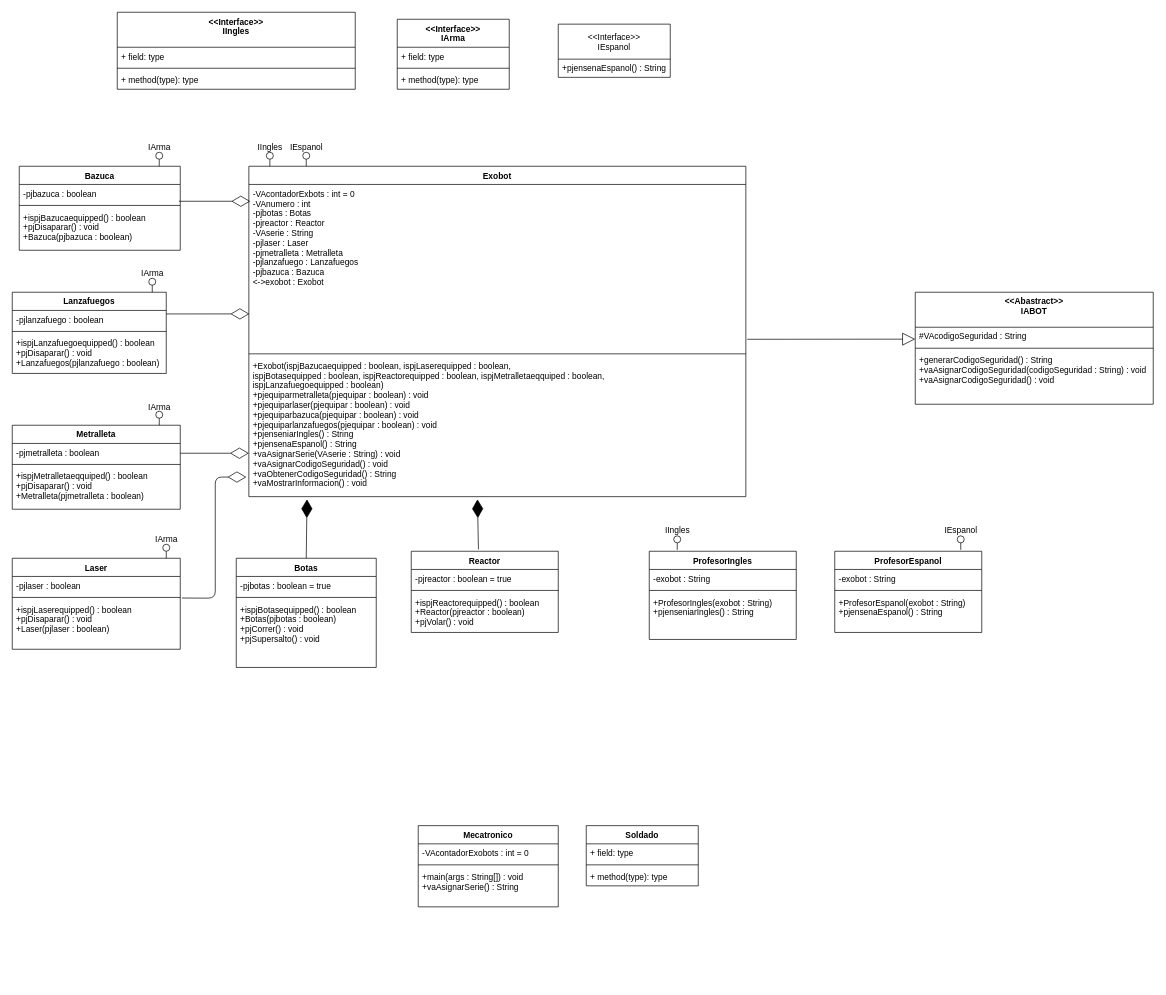
Earlier version of the draw.io diagram Utilities/ClassDiagram.drawio (Vladimirjon/CyberbotG4). Source tidied: cells renumbered, new cells numbered last; positions are measured from the earlier drawing's top-left corner, leaving out a move shared by most shapes. Both pictures are drawn from the tidied source at 70%, with x=0, y=0 at pixel (12, 12).
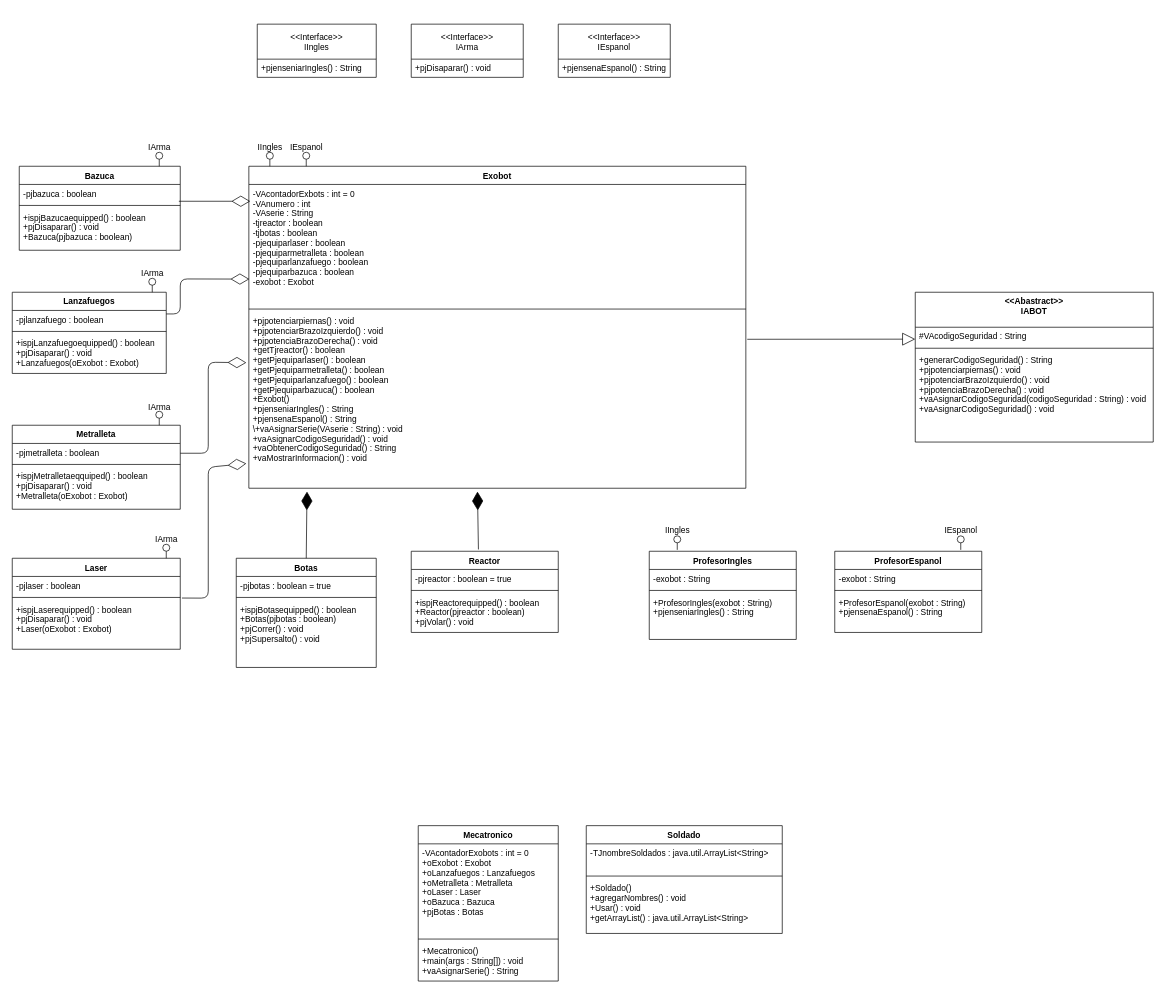
After the change.

Unchanged cells that the change refers to:
```xml
<mxCell id="10" value="Lanzafuegos" style="swimlane;fontStyle=1;align=center;verticalAlign=top;horizontal=1;startSize=26;" parent="1" vertex="1">
  <mxGeometry y="400" width="220" height="116" as="geometry" />
</mxCell>
<mxCell id="14" value="Metralleta" style="swimlane;fontStyle=1;align=center;verticalAlign=top;horizontal=1;startSize=26;" parent="1" vertex="1">
  <mxGeometry y="590" width="240" height="120" as="geometry" />
</mxCell>
<mxCell id="18" value="Laser" style="swimlane;fontStyle=1;align=center;verticalAlign=top;horizontal=1;startSize=26;" parent="1" vertex="1">
  <mxGeometry y="780" width="240" height="130" as="geometry" />
</mxCell>
```

What changed in the source:
```diff
@@
     <mxCell id="2" value="Exobot" style="swimlane;fontStyle=1;align=center;verticalAlign=top;horizontal=1;startSize=26;" parent="1" vertex="1">
-      <mxGeometry x="338" y="220" width="710" height="472" as="geometry" />
+      <mxGeometry x="338" y="220" width="710" height="460" as="geometry" />
     </mxCell>
-    <mxCell id="3" value="-VAcontadorExbots : int = 0&#10;-VAnumero : int&#10;-pjbotas : Botas&#10;-pjreactor : Reactor&#10;-VAserie : String&#10;-pjlaser : Laser&#10;-pjmetralleta : Metralleta&#10;-pjlanzafuego : Lanzafuegos&#10;-pjbazuca : Bazuca&#10;&lt;-&gt;exobot : Exobot&#10;&#10;" style="text;strokeColor=none;fillColor=none;align=left;verticalAlign=top;spacingLeft=4;spacingRight=4;overflow=hidden;points=[[0,0.5],[1,0.5]];portConstraint=eastwest;" parent="2" vertex="1">
-      <mxGeometry y="26" width="710" height="238" as="geometry" />
+    <mxCell id="3" value="-VAcontadorExbots : int = 0&#10;-VAnumero : int&#10;-VAserie : String&#10;-tjreactor : boolean&#10;-tjbotas : boolean&#10;-pjequiparlaser : boolean&#10;-pjequiparmetralleta : boolean&#10;-pjequiparlanzafuego : boolean&#10;-pjequiparbazuca : boolean&#10;-exobot : Exobot&#10;&#10;" style="text;strokeColor=none;fillColor=none;align=left;verticalAlign=top;spacingLeft=4;spacingRight=4;overflow=hidden;points=[[0,0.5],[1,0.5]];portConstraint=eastwest;" parent="2" vertex="1">
+      <mxGeometry y="26" width="710" height="174" as="geometry" />
     </mxCell>
     <mxCell id="4" style="line;strokeWidth=1;fillColor=none;align=left;verticalAlign=middle;spacingTop=-1;spacingLeft=3;spacingRight=3;labelPosition=right;strokeColor=inherit;" parent="2" vertex="1">
-      <mxGeometry y="264" width="710" height="8" as="geometry" />
+      <mxGeometry y="200" width="710" height="8" as="geometry" />
     </mxCell>
-    <mxCell id="5" value="+Exobot(ispjBazucaequipped : boolean, ispjLaserequipped : boolean,&#10;ispjBotasequipped : boolean, ispjReactorequipped : boolean, ispjMetralletaeqquiped : boolean, &#10;ispjLanzafuegoequipped : boolean)&#10;+pjequiparmetralleta(pjequipar : boolean) : void&#10;+pjequiparlaser(pjequipar : boolean) : void&#10;+pjequiparbazuca(pjequipar : boolean) : void&#10;+pjequiparlanzafuegos(pjequipar : boolean) : void&#10;+pjenseniarIngles() : String&#10;+pjensenaEspanol() : String&#10;+vaAsignarSerie(VAserie : String) : void&#10;+vaAsignarCodigoSeguridad() : void&#10;+vaObtenerCodigoSeguridad() : String&#10;+vaMostrarInformacion() : void" style="text;strokeColor=none;fillColor=none;align=left;verticalAlign=top;spacingLeft=4;spacingRight=4;overflow=hidden;points=[[0,0.5],[1,0.5]];portConstraint=eastwest;" parent="2" vertex="1">
-      <mxGeometry y="272" width="710" height="200" as="geometry" />
+    <mxCell id="5" value="+pjpotenciarpiernas() : void&#10;+pjpotenciarBrazoIzquierdo() : void&#10;+pjpotenciaBrazoDerecha() : void&#10;+getTjreactor() : boolean&#10;+getPjequiparlaser() : boolean&#10;+getPjequiparmetralleta() : boolean&#10;+getPjequiparlanzafuego() : boolean&#10;+getPjequiparbazuca() : boolean&#10;+Exobot()&#10;+pjenseniarIngles() : String&#10;+pjensenaEspanol() : String&#10;\+vaAsignarSerie(VAserie : String) : void&#10;+vaAsignarCodigoSeguridad() : void&#10;+vaObtenerCodigoSeguridad() : String&#10;+vaMostrarInformacion() : void" style="text;strokeColor=none;fillColor=none;align=left;verticalAlign=top;spacingLeft=4;spacingRight=4;overflow=hidden;points=[[0,0.5],[1,0.5]];portConstraint=eastwest;" parent="2" vertex="1">
+      <mxGeometry y="208" width="710" height="252" as="geometry" />
     </mxCell>
@@
-    <mxCell id="13" value="+ispjLanzafuegoequipped() : boolean&#10;+pjDisaparar() : void&#10;+Lanzafuegos(pjlanzafuego : boolean)" style="text;strokeColor=none;fillColor=none;align=left;verticalAlign=top;spacingLeft=4;spacingRight=4;overflow=hidden;" parent="10" vertex="1">
+    <mxCell id="13" value="+ispjLanzafuegoequipped() : boolean&#10;+pjDisaparar() : void&#10;+Lanzafuegos(oExobot : Exobot)" style="text;strokeColor=none;fillColor=none;align=left;verticalAlign=top;spacingLeft=4;spacingRight=4;overflow=hidden;" parent="10" vertex="1">
       <mxGeometry y="60" width="220" height="56" as="geometry" />
     </mxCell>
@@
-    <mxCell id="17" value="+ispjMetralletaeqquiped() : boolean&#10;+pjDisaparar() : void&#10;+Metralleta(pjmetralleta : boolean)&#10;" style="text;strokeColor=none;fillColor=none;align=left;verticalAlign=top;spacingLeft=4;spacingRight=4;overflow=hidden;" parent="14" vertex="1">
+    <mxCell id="17" value="+ispjMetralletaeqquiped() : boolean&#10;+pjDisaparar() : void&#10;+Metralleta(oExobot : Exobot)" style="text;strokeColor=none;fillColor=none;align=left;verticalAlign=top;spacingLeft=4;spacingRight=4;overflow=hidden;" parent="14" vertex="1">
       <mxGeometry y="60" width="240" height="60" as="geometry" />
     </mxCell>
@@
-    <mxCell id="21" value="+ispjLaserequipped() : boolean&#10;+pjDisaparar() : void&#10;+Laser(pjlaser : boolean)" style="text;strokeColor=none;fillColor=none;align=left;verticalAlign=top;spacingLeft=4;spacingRight=4;overflow=hidden;points=[[0,0.5],[1,0.5]];portConstraint=eastwest;" parent="18" vertex="1">
+    <mxCell id="21" value="+ispjLaserequipped() : boolean&#10;+pjDisaparar() : void&#10;+Laser(oExobot : Exobot)" style="text;strokeColor=none;fillColor=none;align=left;verticalAlign=top;spacingLeft=4;spacingRight=4;overflow=hidden;points=[[0,0.5],[1,0.5]];portConstraint=eastwest;" parent="18" vertex="1">
       <mxGeometry y="60" width="240" height="70" as="geometry" />
     </mxCell>
-    <mxCell id="22" value="&lt;&lt;Interface&gt;&gt;&#10;IArma" style="swimlane;fontStyle=1;align=center;verticalAlign=top;horizontal=1;startSize=40;" parent="1" vertex="1">
-      <mxGeometry x="550" y="10" width="160" height="100" as="geometry" />
-    </mxCell>
-    <mxCell id="23" value="+ field: type" style="text;strokeColor=none;fillColor=none;align=left;verticalAlign=top;spacingLeft=4;spacingRight=4;overflow=hidden;" parent="22" vertex="1">
-      <mxGeometry y="40" width="160" height="26" as="geometry" />
-    </mxCell>
-    <mxCell id="24" style="line;strokeWidth=1;fillColor=none;align=left;verticalAlign=middle;spacingTop=-1;spacingLeft=3;spacingRight=3;labelPosition=right;strokeColor=inherit;" parent="22" vertex="1">
-      <mxGeometry y="66" width="160" height="8" as="geometry" />
-    </mxCell>
-    <mxCell id="25" value="+ method(type): type" style="text;strokeColor=none;fillColor=none;align=left;verticalAlign=top;spacingLeft=4;spacingRight=4;overflow=hidden;" parent="22" vertex="1">
-      <mxGeometry y="74" width="160" height="26" as="geometry" />
-    </mxCell>
     <mxCell id="26" value="&lt;&lt;Abastract&gt;&gt;&#10;IABOT" style="swimlane;fontStyle=1;align=center;verticalAlign=top;horizontal=1;startSize=50;" parent="1" vertex="1">
-      <mxGeometry x="1290" y="400" width="340" height="160" as="geometry" />
+      <mxGeometry x="1290" y="400" width="340" height="214" as="geometry" />
     </mxCell>
@@
-    <mxCell id="29" value="+generarCodigoSeguridad() : String&#10;+vaAsignarCodigoSeguridad(codigoSeguridad : String) : void&#10;+vaAsignarCodigoSeguridad() : void" style="text;strokeColor=none;fillColor=none;align=left;verticalAlign=top;spacingLeft=4;spacingRight=4;overflow=hidden;" parent="26" vertex="1">
-      <mxGeometry y="84" width="340" height="76" as="geometry" />
+    <mxCell id="29" value="+generarCodigoSeguridad() : String&#10;+pjpotenciarpiernas() : void&#10;+pjpotenciarBrazoIzquierdo() : void&#10;+pjpotenciaBrazoDerecha() : void&#10;+vaAsignarCodigoSeguridad(codigoSeguridad : String) : void&#10;+vaAsignarCodigoSeguridad() : void" style="text;strokeColor=none;fillColor=none;align=left;verticalAlign=top;spacingLeft=4;spacingRight=4;overflow=hidden;" parent="26" vertex="1">
+      <mxGeometry y="84" width="340" height="130" as="geometry" />
     </mxCell>
@@
     <mxCell id="48" value="Mecatronico" style="swimlane;fontStyle=1;align=center;verticalAlign=top;horizontal=1;startSize=26;" parent="1" vertex="1">
-      <mxGeometry x="580" y="1162" width="200" height="116" as="geometry" />
+      <mxGeometry x="580" y="1162" width="200" height="222" as="geometry" />
     </mxCell>
-    <mxCell id="49" value="-VAcontadorExobots : int = 0" style="text;strokeColor=none;fillColor=none;align=left;verticalAlign=top;spacingLeft=4;spacingRight=4;overflow=hidden;" parent="48" vertex="1">
-      <mxGeometry y="26" width="200" height="26" as="geometry" />
+    <mxCell id="49" value="-VAcontadorExobots : int = 0&#10;+oExobot : Exobot&#10;+oLanzafuegos : Lanzafuegos&#10;+oMetralleta : Metralleta&#10;+oLaser : Laser&#10;+oBazuca : Bazuca&#10;+pjBotas : Botas" style="text;strokeColor=none;fillColor=none;align=left;verticalAlign=top;spacingLeft=4;spacingRight=4;overflow=hidden;" parent="48" vertex="1">
+      <mxGeometry y="26" width="200" height="132" as="geometry" />
     </mxCell>
     <mxCell id="50" style="line;strokeWidth=1;fillColor=none;align=left;verticalAlign=middle;spacingTop=-1;spacingLeft=3;spacingRight=3;labelPosition=right;strokeColor=inherit;" parent="48" vertex="1">
-      <mxGeometry y="52" width="200" height="8" as="geometry" />
+      <mxGeometry y="158" width="200" height="8" as="geometry" />
     </mxCell>
-    <mxCell id="51" value="+main(args : String[]) : void&#10;+vaAsignarSerie() : String" style="text;strokeColor=none;fillColor=none;align=left;verticalAlign=top;spacingLeft=4;spacingRight=4;overflow=hidden;" parent="48" vertex="1">
-      <mxGeometry y="60" width="200" height="56" as="geometry" />
+    <mxCell id="51" value="+Mecatronico()&#10;+main(args : String[]) : void&#10;+vaAsignarSerie() : String" style="text;strokeColor=none;fillColor=none;align=left;verticalAlign=top;spacingLeft=4;spacingRight=4;overflow=hidden;" parent="48" vertex="1">
+      <mxGeometry y="166" width="200" height="56" as="geometry" />
     </mxCell>
     <mxCell id="52" value="Soldado" style="swimlane;fontStyle=1;align=center;verticalAlign=top;horizontal=1;startSize=26;" parent="1" vertex="1">
-      <mxGeometry x="820" y="1162" width="160" height="86" as="geometry" />
+      <mxGeometry x="820" y="1162" width="280" height="154" as="geometry" />
     </mxCell>
-    <mxCell id="53" value="+ field: type" style="text;strokeColor=none;fillColor=none;align=left;verticalAlign=top;spacingLeft=4;spacingRight=4;overflow=hidden;" parent="52" vertex="1">
-      <mxGeometry y="26" width="160" height="26" as="geometry" />
+    <mxCell id="53" value="-TJnombreSoldados : java.util.ArrayList&lt;String&gt;" style="text;strokeColor=none;fillColor=none;align=left;verticalAlign=top;spacingLeft=4;spacingRight=4;overflow=hidden;" parent="52" vertex="1">
+      <mxGeometry y="26" width="280" height="42" as="geometry" />
     </mxCell>
     <mxCell id="54" style="line;strokeWidth=1;fillColor=none;align=left;verticalAlign=middle;spacingTop=-1;spacingLeft=3;spacingRight=3;labelPosition=right;strokeColor=inherit;" parent="52" vertex="1">
-      <mxGeometry y="52" width="160" height="8" as="geometry" />
+      <mxGeometry y="68" width="280" height="8" as="geometry" />
     </mxCell>
-    <mxCell id="55" value="+ method(type): type" style="text;strokeColor=none;fillColor=none;align=left;verticalAlign=top;spacingLeft=4;spacingRight=4;overflow=hidden;" parent="52" vertex="1">
-      <mxGeometry y="60" width="160" height="26" as="geometry" />
+    <mxCell id="55" value="+Soldado()&#10;+agregarNombres() : void&#10;+Usar() : void&#10;+getArrayList() : java.util.ArrayList&lt;String&gt;&#10;" style="text;strokeColor=none;fillColor=none;align=left;verticalAlign=top;spacingLeft=4;spacingRight=4;overflow=hidden;" parent="52" vertex="1">
+      <mxGeometry y="76" width="280" height="78" as="geometry" />
     </mxCell>
-    <mxCell id="56" value="&lt;&lt;Interface&gt;&gt;&#10;IIngles" style="swimlane;fontStyle=1;align=center;verticalAlign=top;horizontal=1;startSize=50;" parent="1" vertex="1">
-      <mxGeometry x="150" width="340" height="110" as="geometry" />
-    </mxCell>
-    <mxCell id="57" value="+ field: type" style="text;strokeColor=none;fillColor=none;align=left;verticalAlign=top;spacingLeft=4;spacingRight=4;overflow=hidden;" parent="56" vertex="1">
-      <mxGeometry y="50" width="340" height="26" as="geometry" />
-    </mxCell>
-    <mxCell id="58" style="line;strokeWidth=1;fillColor=none;align=left;verticalAlign=middle;spacingTop=-1;spacingLeft=3;spacingRight=3;labelPosition=right;strokeColor=inherit;" parent="56" vertex="1">
-      <mxGeometry y="76" width="340" height="8" as="geometry" />
-    </mxCell>
-    <mxCell id="59" value="+ method(type): type" style="text;strokeColor=none;fillColor=none;align=left;verticalAlign=top;spacingLeft=4;spacingRight=4;overflow=hidden;" parent="56" vertex="1">
-      <mxGeometry y="84" width="340" height="26" as="geometry" />
-    </mxCell>
@@
     <mxCell id="81" style="endArrow=diamondThin;endFill=0;endSize=24;html=1;entryX=-0.005;entryY=0.86;entryDx=0;entryDy=0;entryPerimeter=0;exitX=1.01;exitY=-0.045;exitDx=0;exitDy=0;exitPerimeter=0;" parent="1" edge="1" source="21" target="5">
       <mxGeometry relative="1" as="geometry">
         <Array as="points">
-          <mxPoint x="290" y="837" />
-          <mxPoint x="290" y="664" />
+          <mxPoint x="280" y="837" />
+          <mxPoint x="280" y="650" />
         </Array>
       </mxGeometry>
     </mxCell>
-    <mxCell id="82" style="endArrow=diamondThin;endFill=0;endSize=24;html=1;" parent="1" edge="1">
+    <mxCell id="82" style="endArrow=diamondThin;endFill=0;endSize=24;html=1;entryX=-0.005;entryY=0.288;entryDx=0;entryDy=0;entryPerimeter=0;" parent="1" edge="1" target="5">
       <mxGeometry relative="1" as="geometry">
         <mxPoint x="240" y="630" as="sourcePoint" />
-        <mxPoint x="338" y="630" as="targetPoint" />
+        <Array as="points">
+          <mxPoint x="280" y="630" />
+          <mxPoint x="280" y="500" />
+        </Array>
       </mxGeometry>
     </mxCell>
     <mxCell id="83" style="endArrow=diamondThin;endFill=0;endSize=24;html=1;entryX=0.001;entryY=0.777;entryDx=0;entryDy=0;entryPerimeter=0;" parent="1" edge="1" target="3">
       <mxGeometry relative="1" as="geometry">
         <mxPoint x="220" y="431" as="sourcePoint" />
+        <Array as="points">
+          <mxPoint x="240" y="431" />
+          <mxPoint x="240" y="381" />
+        </Array>
       </mxGeometry>
     </mxCell>
@@
+    <mxCell id="22" value="&lt;&lt;Interface&gt;&gt;&#10;IArma" style="swimlane;fontStyle=0;horizontal=1;startSize=50;fillColor=none;" parent="1" vertex="1">
+      <mxGeometry x="570" y="17" width="160" height="76" as="geometry" />
+    </mxCell>
+    <mxCell id="91" value="+pjDisaparar() : void" style="text;strokeColor=none;fillColor=none;align=left;verticalAlign=top;spacingLeft=4;spacingRight=4;overflow=hidden;" parent="22" vertex="1">
+      <mxGeometry y="50" width="160" height="26" as="geometry" />
+    </mxCell>
+    <mxCell id="56" value="&lt;&lt;Interface&gt;&gt;&#10;IIngles" style="swimlane;fontStyle=0;horizontal=1;startSize=50;fillColor=none;" parent="1" vertex="1">
+      <mxGeometry x="350" y="17" width="170" height="76" as="geometry" />
+    </mxCell>
+    <mxCell id="92" value="+pjenseniarIngles() : String" style="text;strokeColor=none;fillColor=none;align=left;verticalAlign=top;spacingLeft=4;spacingRight=4;overflow=hidden;" parent="56" vertex="1">
+      <mxGeometry y="50" width="170" height="26" as="geometry" />
+    </mxCell>
```
